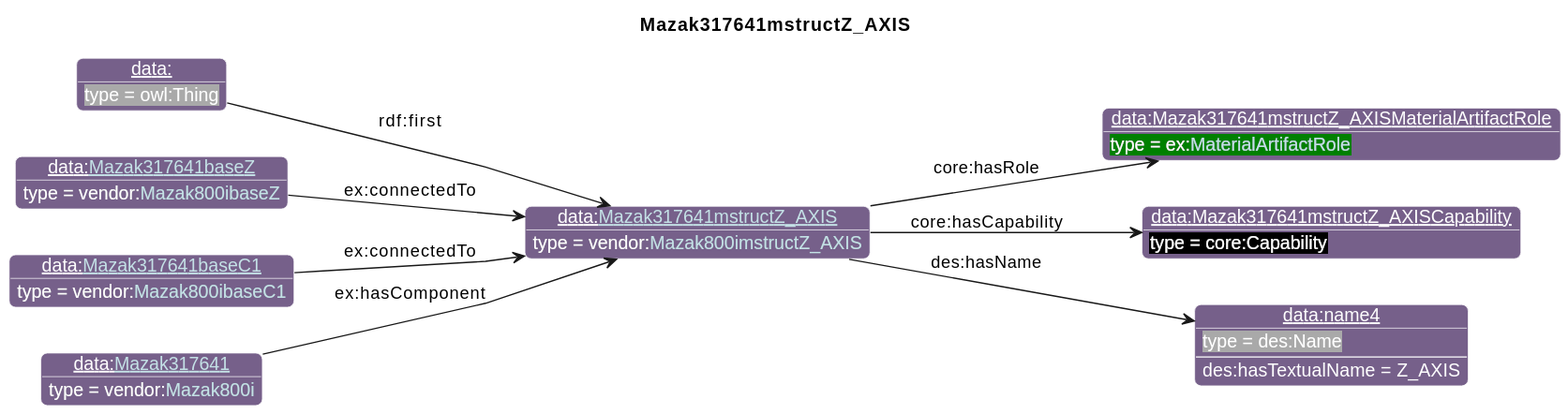
Above: diagrams/Mazak317641mstructZ_AXIS.svg in iofoundry/example-syseng-mtconnect (PlantUML), before the change.
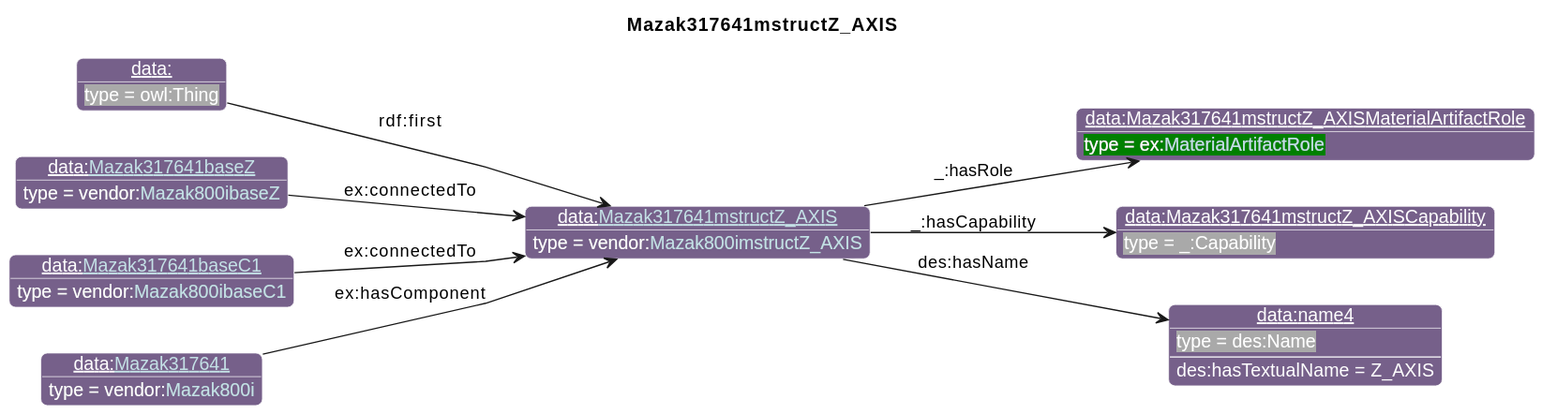
The same diagram one commit later.

What changed in the source:
```diff
@@ -27,14 +27,14 @@
       }
 individual(o0, data:[[./Mazak317641mstructZ_AXIS.html Mazak317641mstructZ_AXIS]], vendor:[[../Mazak.html#Mazak800imstructZ_AXIS Mazak800imstructZ_AXIS]])
 individual(o1, data:Mazak317641mstructZ_AXISMaterialArtifactRole, ex:[[../Example.html#MaterialArtifactRole MaterialArtifactRole]])
-individual(o2, data:Mazak317641mstructZ_AXISCapability, core:Capability)
+individual(o2, data:Mazak317641mstructZ_AXISCapability, _:Capability)
 individual(o3, data:name4, des:Name)
 individual(o4, data:, owl:Thing)
 individual(o5, data:[[./Mazak317641baseZ.html Mazak317641baseZ]], vendor:[[../Mazak.html#Mazak800ibaseZ Mazak800ibaseZ]])
 individual(o6, data:[[./Mazak317641baseC1.html Mazak317641baseC1]], vendor:[[../Mazak.html#Mazak800ibaseC1 Mazak800ibaseC1]])
 individual(o7, data:[[./Mazak317641.html Mazak317641]], vendor:[[../Mazak.html#Mazak800i Mazak800i]])
-property(o0, "core:hasRole", o1)
-property(o0, "core:hasCapability", o2)
+property(o0, "_:hasRole", o1)
+property(o0, "_:hasCapability", o2)
 property(o0, "des:hasName", o3)
 data(o3, "des:hasTextualName", "Z_AXIS")
 property(o4, "rdf:first", o0)
```
